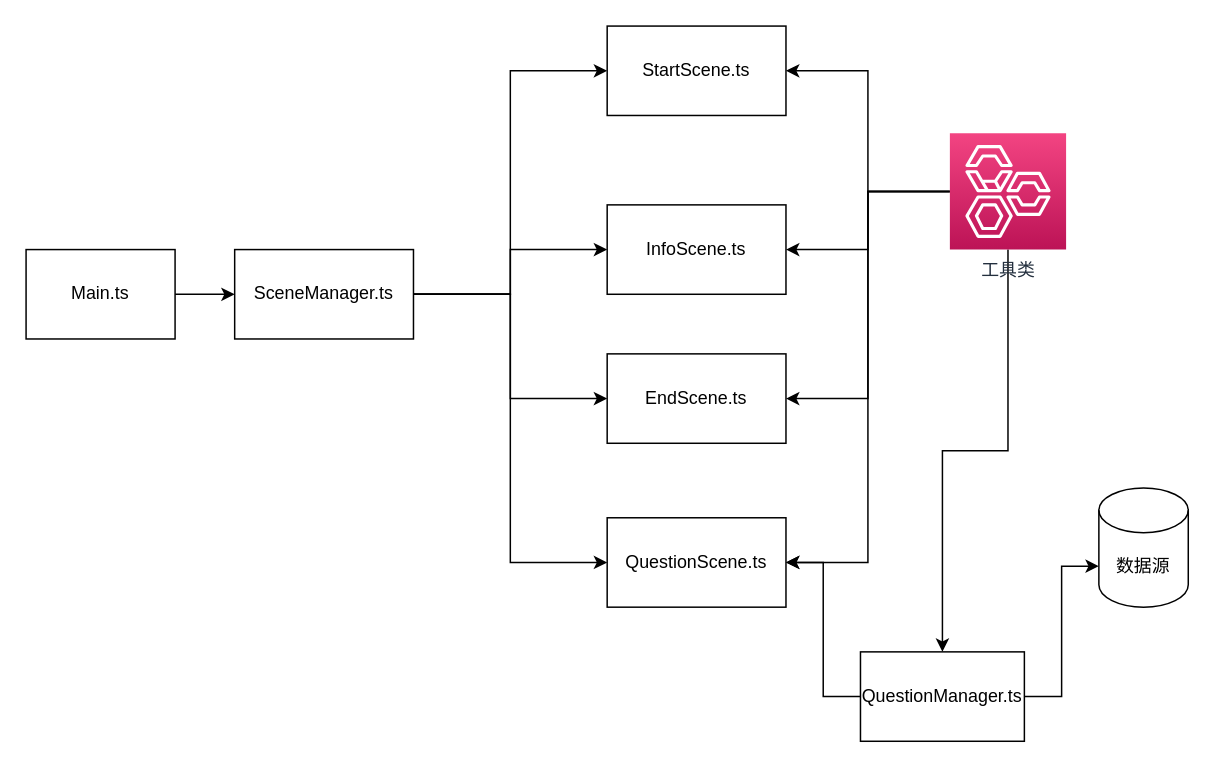
Earlier version of the draw.io diagram page "第 1 页" (1 of 2) of 流程图/白鹭引擎游戏Demo.drawio (PaperFly-web/asset). Source tidied: cells renumbered, new cells numbered last; positions are measured from the earlier drawing's top-left corner, leaving out a move shared by most shapes. Both pictures are drawn from the tidied source at 149%, with x=0, y=0 at pixel (25, 25).
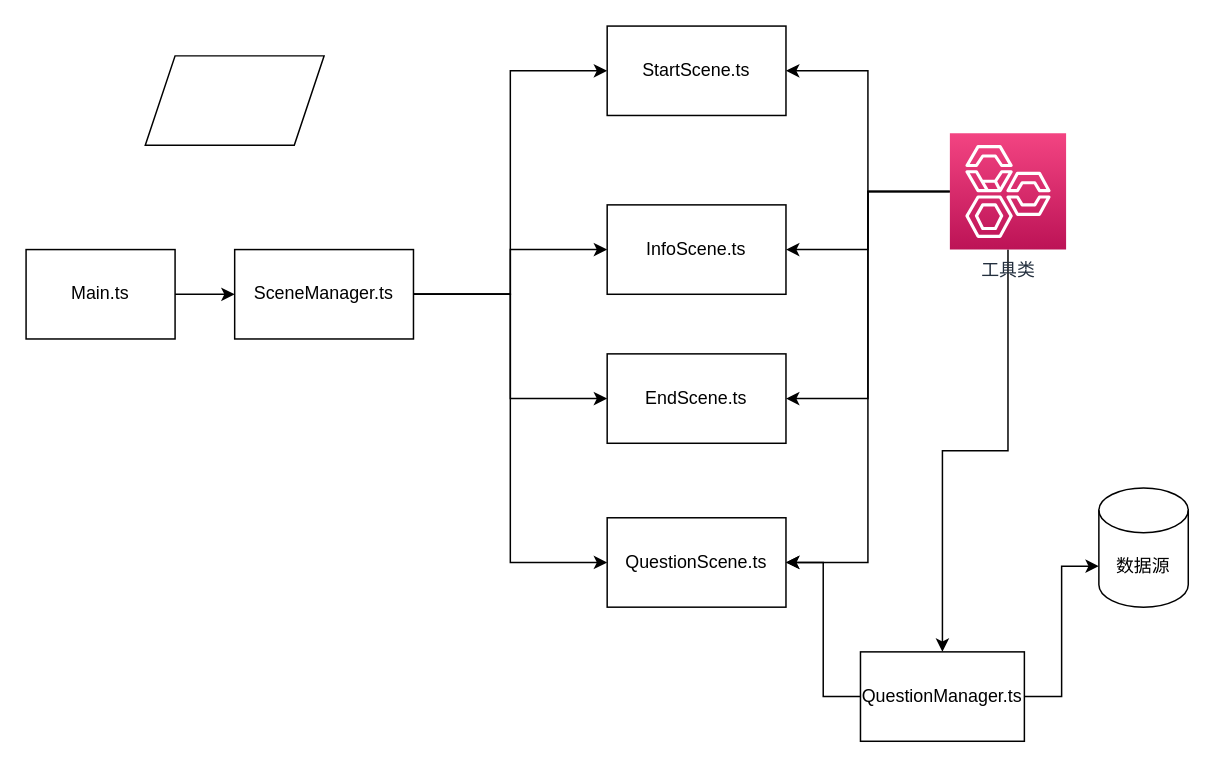
The same diagram, later.

Commit message:
更新白鹭引擎游戏Demo.drawio

What changed in the source:
```diff
@@
+    <mxCell id="23" style="shape=parallelogram;perimeter=parallelogramPerimeter;whiteSpace=wrap;html=1;fixedSize=1;" parent="1" vertex="1">
+      <mxGeometry x="80" y="20" width="120" height="60" as="geometry" />
+    </mxCell>
```
